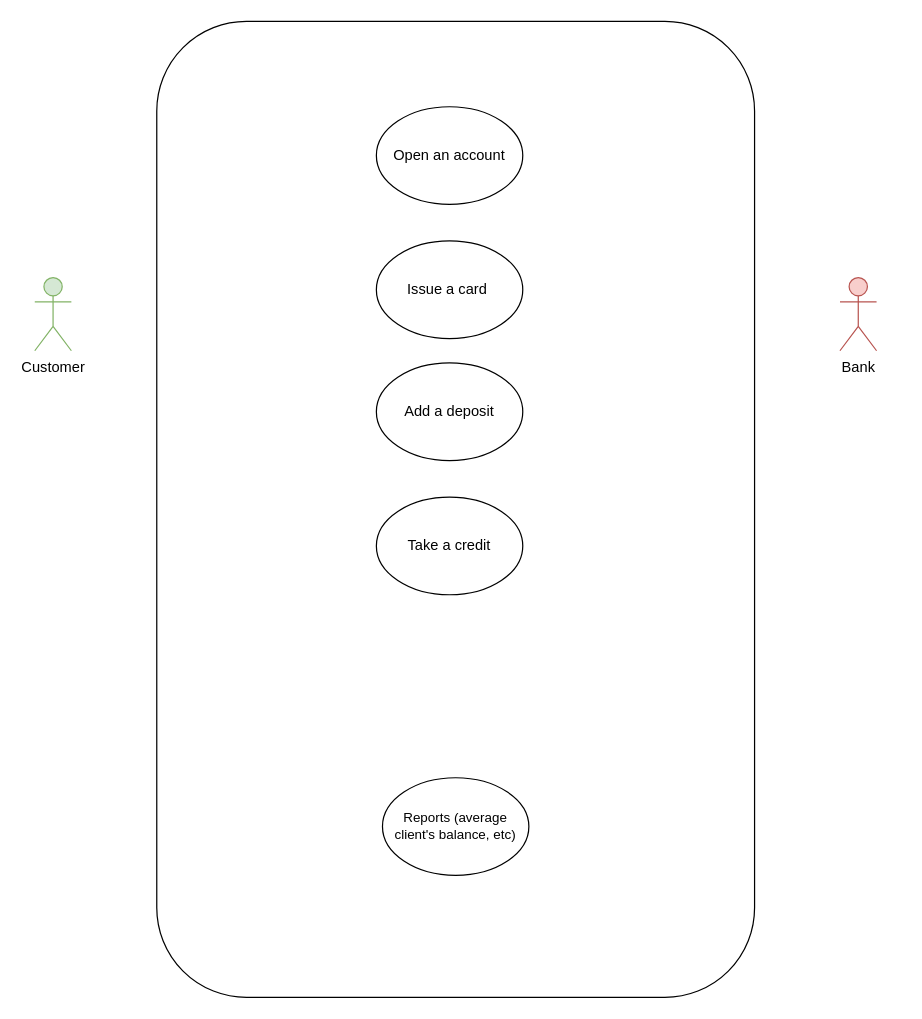
Earlier version of the draw.io diagram page "UCD_idea" (3 of 3) of UML_UCD_idea.drawio (fenyx-it-academy/Class8-Week5-OOP). Source tidied: cells renumbered, new cells numbered last; positions are measured from the earlier drawing's top-left corner, leaving out a move shared by most shapes. Both pictures are drawn from the tidied source at 122%, with x=0, y=0 at pixel (34, 21).
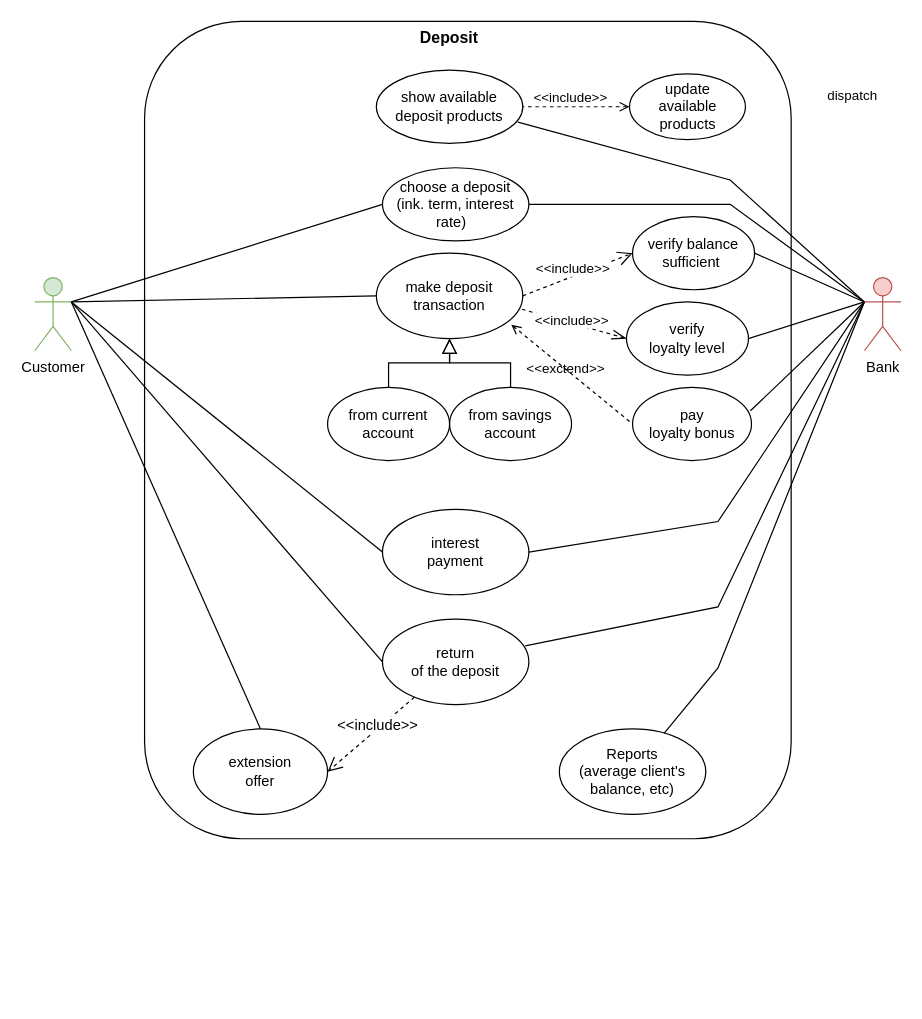
The same page after the edit.

Diff of the diagram source:
```diff
@@
-    <mxCell id="2" style="rounded=1;whiteSpace=wrap;html=1;fillColor=none;" parent="1" vertex="1">
-      <mxGeometry x="100" width="490" height="800" as="geometry" />
-    </mxCell>
+    <mxCell id="10" style="rounded=1;whiteSpace=wrap;html=1;shadow=0;sketch=0;fontFamily=Helvetica;fontSize=11;fontColor=default;fillColor=none;gradientColor=none;" parent="1" vertex="1">
+      <mxGeometry x="90" width="530" height="670" as="geometry" />
+    </mxCell>
@@
+    <mxCell id="11" style="edgeStyle=none;shape=connector;rounded=0;jettySize=auto;html=1;exitX=0;exitY=0.3333333333333333;exitDx=0;exitDy=0;exitPerimeter=0;entryX=1;entryY=0.5;entryDx=0;entryDy=0;labelBackgroundColor=default;strokeColor=default;fontFamily=Helvetica;fontSize=13;fontColor=default;startArrow=none;startFill=0;endArrow=none;endFill=0;endSize=10;" parent="1" edge="1" source="4" target="32">
+      <mxGeometry relative="1" as="geometry" />
+    </mxCell>
+    <mxCell id="12" style="edgeStyle=none;shape=connector;rounded=0;jettySize=auto;html=1;exitX=0;exitY=0.3333333333333333;exitDx=0;exitDy=0;exitPerimeter=0;entryX=1;entryY=0.5;entryDx=0;entryDy=0;labelBackgroundColor=default;strokeColor=default;fontFamily=Helvetica;fontSize=13;fontColor=default;startArrow=none;startFill=0;endArrow=none;endFill=0;endSize=10;" parent="1" edge="1" source="4" target="41">
+      <mxGeometry relative="1" as="geometry" />
+    </mxCell>
+    <mxCell id="13" style="edgeStyle=none;shape=connector;rounded=0;jettySize=auto;html=1;exitX=0;exitY=0.3333333333333333;exitDx=0;exitDy=0;exitPerimeter=0;labelBackgroundColor=default;strokeColor=default;fontFamily=Helvetica;fontSize=13;fontColor=default;startArrow=none;startFill=0;endArrow=none;endFill=0;endSize=10;entryX=0.991;entryY=0.32;entryDx=0;entryDy=0;entryPerimeter=0;" parent="1" edge="1" source="4" target="42">
+      <mxGeometry relative="1" as="geometry" />
+    </mxCell>
+    <mxCell id="14" style="edgeStyle=none;shape=connector;rounded=0;jettySize=auto;html=1;exitX=0;exitY=0.3333333333333333;exitDx=0;exitDy=0;exitPerimeter=0;entryX=1;entryY=0.5;entryDx=0;entryDy=0;labelBackgroundColor=default;strokeColor=default;fontFamily=Helvetica;fontSize=13;fontColor=default;startArrow=none;startFill=0;endArrow=none;endFill=0;endSize=10;" parent="1" edge="1" source="4" target="34">
+      <mxGeometry relative="1" as="geometry">
+        <Array as="points">
+          <mxPoint x="560" y="410" />
+        </Array>
+      </mxGeometry>
+    </mxCell>
+    <mxCell id="15" style="edgeStyle=none;shape=connector;rounded=0;jettySize=auto;html=1;entryX=0.975;entryY=0.314;entryDx=0;entryDy=0;entryPerimeter=0;labelBackgroundColor=default;strokeColor=default;fontFamily=Helvetica;fontSize=13;fontColor=default;startArrow=none;startFill=0;endArrow=none;endFill=0;endSize=10;exitX=0;exitY=0.3333333333333333;exitDx=0;exitDy=0;exitPerimeter=0;" parent="1" edge="1" source="4" target="38">
+      <mxGeometry relative="1" as="geometry">
+        <Array as="points">
+          <mxPoint x="560" y="480" />
+        </Array>
+      </mxGeometry>
+    </mxCell>
+    <mxCell id="16" style="edgeStyle=none;shape=connector;rounded=0;jettySize=auto;html=1;exitX=0;exitY=0.3333333333333333;exitDx=0;exitDy=0;exitPerimeter=0;labelBackgroundColor=default;strokeColor=default;fontFamily=Helvetica;fontSize=13;fontColor=default;startArrow=none;startFill=0;endArrow=none;endFill=0;endSize=10;" parent="1" edge="1" source="4" target="9">
+      <mxGeometry relative="1" as="geometry">
+        <Array as="points">
+          <mxPoint x="560" y="530" />
+        </Array>
+      </mxGeometry>
+    </mxCell>
+    <mxCell id="17" style="edgeStyle=none;shape=connector;rounded=0;jettySize=auto;html=1;exitX=0;exitY=0.3333333333333333;exitDx=0;exitDy=0;exitPerimeter=0;entryX=0.967;entryY=0.711;entryDx=0;entryDy=0;labelBackgroundColor=default;strokeColor=default;fontFamily=Helvetica;fontSize=12;fontColor=default;startArrow=none;startFill=0;endArrow=none;endFill=0;endSize=10;entryPerimeter=0;" parent="1" edge="1" source="4" target="44">
+      <mxGeometry relative="1" as="geometry">
+        <Array as="points">
+          <mxPoint x="570" y="130" />
+        </Array>
+      </mxGeometry>
+    </mxCell>
     <mxCell id="4" value="Bank" style="shape=umlActor;verticalLabelPosition=bottom;verticalAlign=top;html=1;outlineConnect=0;fillColor=#f8cecc;strokeColor=#b85450;" parent="1" vertex="1">
-      <mxGeometry x="660" y="210" width="30" height="60" as="geometry" />
+      <mxGeometry x="680" y="210" width="30" height="60" as="geometry" />
     </mxCell>
-    <mxCell id="5" value="Add a deposit" style="ellipse;whiteSpace=wrap;html=1;fillColor=none;" parent="1" vertex="1">
-      <mxGeometry x="280" y="280" width="120" height="80" as="geometry" />
+    <mxCell id="5" value="from current &lt;br&gt;account" style="ellipse;whiteSpace=wrap;html=1;fillColor=none;" parent="1" vertex="1">
+      <mxGeometry x="240" y="300" width="100" height="60" as="geometry" />
     </mxCell>
-    <mxCell id="6" value="Take a credit" style="ellipse;whiteSpace=wrap;html=1;shadow=0;sketch=0;fillColor=none;gradientColor=none;" parent="1" vertex="1">
-      <mxGeometry x="280" y="390" width="120" height="80" as="geometry" />
-    </mxCell>
+    <mxCell id="18" style="edgeStyle=none;shape=connector;rounded=0;jettySize=auto;html=1;exitX=0;exitY=0.5;exitDx=0;exitDy=0;labelBackgroundColor=default;strokeColor=default;fontFamily=Helvetica;fontSize=11;fontColor=default;endArrow=none;endFill=0;endSize=10;" parent="1" edge="1" source="7">
+      <mxGeometry relative="1" as="geometry">
+        <mxPoint x="30" y="230" as="targetPoint" />
+      </mxGeometry>
+    </mxCell>
+    <mxCell id="19" style="edgeStyle=none;shape=connector;rounded=0;jettySize=auto;html=1;exitX=1;exitY=0.5;exitDx=0;exitDy=0;entryX=0;entryY=0.3333333333333333;entryDx=0;entryDy=0;entryPerimeter=0;labelBackgroundColor=default;strokeColor=default;fontFamily=Helvetica;fontSize=11;fontColor=default;startArrow=none;startFill=0;endArrow=none;endFill=0;endSize=10;" parent="1" edge="1" source="7" target="4">
+      <mxGeometry relative="1" as="geometry">
+        <Array as="points">
+          <mxPoint x="570" y="150" />
+        </Array>
+      </mxGeometry>
+    </mxCell>
-    <mxCell id="7" value="Open an account" style="ellipse;whiteSpace=wrap;html=1;shadow=0;sketch=0;fillColor=none;gradientColor=none;" parent="1" vertex="1">
-      <mxGeometry x="280" y="70" width="120" height="80" as="geometry" />
+    <mxCell id="7" value="choose a deposit &lt;br&gt;(ink. term, interest rate)&amp;nbsp;&amp;nbsp;" style="ellipse;whiteSpace=wrap;html=1;shadow=0;sketch=0;fillColor=none;gradientColor=none;" parent="1" vertex="1">
+      <mxGeometry x="285" y="120" width="120" height="60" as="geometry" />
     </mxCell>
+    <mxCell id="20" style="edgeStyle=none;shape=connector;rounded=0;jettySize=auto;html=1;exitX=1;exitY=0.5;exitDx=0;exitDy=0;entryX=0;entryY=0.5;entryDx=0;entryDy=0;labelBackgroundColor=default;strokeColor=default;fontFamily=Helvetica;fontSize=11;fontColor=default;endArrow=open;endFill=0;endSize=10;dashed=1;" parent="1" edge="1" source="8" target="32">
+      <mxGeometry relative="1" as="geometry" />
+    </mxCell>
+    <mxCell id="21" value="&amp;lt;&amp;lt;include&amp;gt;&amp;gt;" style="edgeLabel;html=1;align=center;verticalAlign=middle;fontSize=11;fontFamily=Helvetica;fontColor=default;" parent="20" vertex="1">
+      <mxGeometry x="-0.32" y="-1" relative="1" as="geometry">
+        <mxPoint x="9" y="-11" as="offset" />
+      </mxGeometry>
+    </mxCell>
+    <mxCell id="22" style="shape=connector;rounded=0;jettySize=auto;html=1;exitX=0;exitY=0.5;exitDx=0;exitDy=0;labelBackgroundColor=default;strokeColor=default;fontFamily=Helvetica;fontSize=11;fontColor=default;endArrow=none;endFill=0;endSize=10;" parent="1" edge="1" source="8">
+      <mxGeometry relative="1" as="geometry">
+        <mxPoint x="30" y="230" as="targetPoint" />
+      </mxGeometry>
+    </mxCell>
+    <mxCell id="23" style="edgeStyle=none;shape=connector;rounded=0;jettySize=auto;html=1;exitX=0.994;exitY=0.657;exitDx=0;exitDy=0;entryX=0;entryY=0.5;entryDx=0;entryDy=0;labelBackgroundColor=default;strokeColor=default;fontFamily=Helvetica;fontSize=12;fontColor=default;endArrow=openThin;endFill=0;endSize=10;dashed=1;exitPerimeter=0;" parent="1" edge="1" source="8" target="41">
+      <mxGeometry relative="1" as="geometry" />
+    </mxCell>
+    <mxCell id="24" value="&amp;lt;&amp;lt;include&amp;gt;&amp;gt;" style="edgeLabel;html=1;align=center;verticalAlign=middle;fontSize=11;fontFamily=Helvetica;fontColor=default;" parent="23" vertex="1">
+      <mxGeometry x="-0.43" y="-2" relative="1" as="geometry">
+        <mxPoint x="17" as="offset" />
+      </mxGeometry>
+    </mxCell>
+    <mxCell id="25" style="edgeStyle=none;shape=connector;rounded=0;jettySize=auto;html=1;entryX=0;entryY=0.5;entryDx=0;entryDy=0;labelBackgroundColor=default;strokeColor=default;fontFamily=Helvetica;fontSize=12;fontColor=default;endArrow=none;endFill=0;endSize=10;startArrow=open;startFill=0;dashed=1;exitX=0.922;exitY=0.838;exitDx=0;exitDy=0;exitPerimeter=0;" parent="1" edge="1" source="8" target="42">
+      <mxGeometry relative="1" as="geometry" />
+    </mxCell>
-    <mxCell id="8" value="Issue a card&amp;nbsp;" style="ellipse;whiteSpace=wrap;html=1;fillColor=none;" parent="1" vertex="1">
-      <mxGeometry x="280" y="180" width="120" height="80" as="geometry" />
+    <mxCell id="8" value="make deposit transaction" style="ellipse;whiteSpace=wrap;html=1;fillColor=none;" parent="1" vertex="1">
+      <mxGeometry x="280" y="190" width="120" height="70" as="geometry" />
     </mxCell>
-    <mxCell id="9" value="Reports (average client's balance, etc)" style="ellipse;whiteSpace=wrap;html=1;shadow=0;sketch=0;fontFamily=Helvetica;fontSize=11;fontColor=default;fillColor=none;gradientColor=none;" parent="1" vertex="1">
-      <mxGeometry x="285" y="620" width="120" height="80" as="geometry" />
+    <mxCell id="9" value="Reports &lt;br style=&quot;font-size: 12px;&quot;&gt;(average client's balance, etc)" style="ellipse;whiteSpace=wrap;html=1;shadow=0;sketch=0;fontFamily=Helvetica;fontSize=12;fontColor=default;fillColor=none;gradientColor=none;" parent="1" vertex="1">
+      <mxGeometry x="430" y="580" width="120" height="70" as="geometry" />
     </mxCell>
+    <mxCell id="26" value="Deposit" style="text;align=center;fontStyle=1;verticalAlign=middle;spacingLeft=3;spacingRight=3;strokeColor=none;fontSize=13;fontFamily=Helvetica;fontColor=default;" parent="1" vertex="1">
+      <mxGeometry x="300" width="80" height="26" as="geometry" />
+    </mxCell>
+    <mxCell id="27" style="edgeStyle=none;shape=connector;rounded=0;jettySize=auto;html=1;exitX=0.5;exitY=0;exitDx=0;exitDy=0;labelBackgroundColor=default;strokeColor=default;fontFamily=Helvetica;fontSize=11;fontColor=default;endArrow=block;endFill=0;endSize=10;" parent="1" edge="1" source="28">
+      <mxGeometry relative="1" as="geometry">
+        <mxPoint x="340" y="260" as="targetPoint" />
+        <Array as="points">
+          <mxPoint x="390" y="280" />
+          <mxPoint x="350" y="280" />
+          <mxPoint x="340" y="280" />
+        </Array>
+      </mxGeometry>
+    </mxCell>
+    <mxCell id="28" value="from savings &lt;br&gt;account" style="ellipse;whiteSpace=wrap;html=1;fillColor=none;" parent="1" vertex="1">
+      <mxGeometry x="340" y="300" width="100" height="60" as="geometry" />
+    </mxCell>
+    <mxCell id="29" style="edgeStyle=none;shape=connector;rounded=0;orthogonalLoop=1;jettySize=auto;html=1;entryX=0.5;entryY=0;entryDx=0;entryDy=0;labelBackgroundColor=default;strokeColor=default;fontFamily=Helvetica;fontSize=11;fontColor=default;endArrow=none;endFill=0;endSize=10;" parent="1" edge="1" source="28" target="28">
+      <mxGeometry relative="1" as="geometry" />
+    </mxCell>
+    <mxCell id="30" value="dispatch" style="html=1;verticalAlign=bottom;endArrow=block;edgeStyle=elbowEdgeStyle;elbow=vertical;curved=0;rounded=0;labelBackgroundColor=default;strokeColor=default;fontFamily=Helvetica;fontSize=11;fontColor=default;endSize=10;shape=connector;exitX=0.5;exitY=0;exitDx=0;exitDy=0;entryX=0.5;entryY=1;entryDx=0;entryDy=0;endFill=0;" parent="1" edge="1" source="5" target="8">
+      <mxGeometry x="1" y="-381" relative="1" as="geometry">
+        <Array as="points">
+          <mxPoint x="400" y="280" />
+        </Array>
+        <mxPoint x="-51" y="-190" as="offset" />
+      </mxGeometry>
+    </mxCell>
+    <mxCell id="31" style="edgeStyle=none;shape=connector;rounded=0;orthogonalLoop=1;jettySize=auto;html=1;entryX=1;entryY=0.5;entryDx=0;entryDy=0;labelBackgroundColor=default;strokeColor=default;fontFamily=Helvetica;fontSize=11;fontColor=default;endArrow=none;endFill=0;endSize=10;" parent="1" edge="1" source="5" target="5">
+      <mxGeometry relative="1" as="geometry" />
+    </mxCell>
+    <mxCell id="32" value="verify balance &lt;br style=&quot;font-size: 12px;&quot;&gt;sufficient&amp;nbsp;" style="ellipse;whiteSpace=wrap;html=1;fillColor=none;shadow=0;sketch=0;fontFamily=Helvetica;fontSize=12;fontColor=default;" parent="1" vertex="1">
+      <mxGeometry x="490" y="160" width="100" height="60" as="geometry" />
+    </mxCell>
+    <mxCell id="33" style="edgeStyle=none;shape=connector;rounded=0;jettySize=auto;html=1;exitX=0;exitY=0.5;exitDx=0;exitDy=0;labelBackgroundColor=default;strokeColor=default;fontFamily=Helvetica;fontSize=11;fontColor=default;endArrow=none;endFill=0;endSize=10;" parent="1" edge="1" source="34">
+      <mxGeometry relative="1" as="geometry">
+        <mxPoint x="30" y="230" as="targetPoint" />
+      </mxGeometry>
+    </mxCell>
+    <mxCell id="34" value="interest &lt;br&gt;payment" style="ellipse;whiteSpace=wrap;html=1;shadow=0;sketch=0;fontFamily=Helvetica;fontSize=12;fontColor=default;fillColor=none;gradientColor=none;" parent="1" vertex="1">
+      <mxGeometry x="285" y="400" width="120" height="70" as="geometry" />
+    </mxCell>
+    <mxCell id="35" style="edgeStyle=none;shape=connector;rounded=0;jettySize=auto;html=1;entryX=1;entryY=0.5;entryDx=0;entryDy=0;labelBackgroundColor=default;strokeColor=default;fontFamily=Helvetica;fontSize=12;fontColor=default;endArrow=open;endFill=0;endSize=10;dashed=1;" parent="1" edge="1" source="38" target="40">
+      <mxGeometry relative="1" as="geometry" />
+    </mxCell>
+    <mxCell id="36" value="&amp;lt;&amp;lt;include&amp;gt;&amp;gt;" style="edgeLabel;html=1;align=center;verticalAlign=middle;fontSize=12;fontFamily=Helvetica;fontColor=default;" parent="35" vertex="1">
+      <mxGeometry x="-0.28" relative="1" as="geometry">
+        <mxPoint x="-5" as="offset" />
+      </mxGeometry>
+    </mxCell>
+    <mxCell id="37" style="edgeStyle=none;shape=connector;rounded=0;jettySize=auto;html=1;exitX=0;exitY=0.5;exitDx=0;exitDy=0;labelBackgroundColor=default;strokeColor=default;fontFamily=Helvetica;fontSize=11;fontColor=default;endArrow=none;endFill=0;endSize=10;" parent="1" edge="1" source="38">
+      <mxGeometry relative="1" as="geometry">
+        <mxPoint x="30" y="230" as="targetPoint" />
+      </mxGeometry>
+    </mxCell>
+    <mxCell id="38" value="return &lt;br&gt;of the deposit" style="ellipse;whiteSpace=wrap;html=1;shadow=0;sketch=0;fontFamily=Helvetica;fontSize=12;fontColor=default;fillColor=none;gradientColor=none;" parent="1" vertex="1">
+      <mxGeometry x="285" y="490" width="120" height="70" as="geometry" />
+    </mxCell>
+    <mxCell id="39" style="edgeStyle=none;shape=connector;rounded=0;jettySize=auto;html=1;exitX=0.5;exitY=0;exitDx=0;exitDy=0;labelBackgroundColor=default;strokeColor=default;fontFamily=Helvetica;fontSize=11;fontColor=default;endArrow=none;endFill=0;endSize=10;" parent="1" edge="1" source="40">
+      <mxGeometry relative="1" as="geometry">
+        <mxPoint x="30" y="230" as="targetPoint" />
+      </mxGeometry>
+    </mxCell>
+    <mxCell id="40" value="extension &lt;br&gt;offer" style="ellipse;whiteSpace=wrap;html=1;shadow=0;sketch=0;fontFamily=Helvetica;fontSize=12;fontColor=default;fillColor=none;gradientColor=none;" parent="1" vertex="1">
+      <mxGeometry x="130" y="580" width="110" height="70" as="geometry" />
+    </mxCell>
+    <mxCell id="41" value="verify &lt;br&gt;loyalty level" style="ellipse;whiteSpace=wrap;html=1;shadow=0;sketch=0;fontFamily=Helvetica;fontSize=12;fontColor=default;fillColor=none;gradientColor=none;" parent="1" vertex="1">
+      <mxGeometry x="485" y="230" width="100" height="60" as="geometry" />
+    </mxCell>
+    <mxCell id="42" value="pay &lt;br&gt;loyalty bonus" style="ellipse;whiteSpace=wrap;html=1;shadow=0;sketch=0;fontFamily=Helvetica;fontSize=12;fontColor=default;fillColor=none;gradientColor=none;" parent="1" vertex="1">
+      <mxGeometry x="490" y="300" width="97.5" height="60" as="geometry" />
+    </mxCell>
+    <mxCell id="43" value="&amp;lt;&amp;lt;exctend&amp;gt;&amp;gt;" style="text;html=1;align=center;verticalAlign=middle;strokeColor=none;fillColor=none;fontSize=11;fontFamily=Helvetica;fontColor=default;" parent="1" vertex="1">
+      <mxGeometry x="390" y="270" width="90" height="30" as="geometry" />
+    </mxCell>
+    <mxCell id="44" value="show available deposit products" style="ellipse;whiteSpace=wrap;html=1;shadow=0;sketch=0;fontFamily=Helvetica;fontSize=12;fontColor=default;fillColor=none;gradientColor=none;" parent="1" vertex="1">
+      <mxGeometry x="280" y="40" width="120" height="60" as="geometry" />
+    </mxCell>
+    <mxCell id="45" style="edgeStyle=none;shape=connector;rounded=0;jettySize=auto;html=1;exitX=0;exitY=0.5;exitDx=0;exitDy=0;entryX=1;entryY=0.5;entryDx=0;entryDy=0;labelBackgroundColor=default;strokeColor=default;fontFamily=Helvetica;fontSize=12;fontColor=default;startArrow=open;startFill=0;endArrow=none;endFill=0;endSize=10;dashed=1;" parent="1" edge="1" source="47" target="44">
+      <mxGeometry relative="1" as="geometry" />
+    </mxCell>
+    <mxCell id="46" value="&amp;lt;&amp;lt;include&amp;gt;&amp;gt;" style="edgeLabel;html=1;align=center;verticalAlign=middle;fontSize=11;fontFamily=Helvetica;fontColor=default;" parent="45" vertex="1">
+      <mxGeometry x="0.34" y="-4" relative="1" as="geometry">
+        <mxPoint x="10" y="-4" as="offset" />
+      </mxGeometry>
+    </mxCell>
+    <mxCell id="47" value="update &lt;br&gt;available&lt;br&gt;products" style="ellipse;whiteSpace=wrap;html=1;shadow=0;sketch=0;fontFamily=Helvetica;fontSize=12;fontColor=default;fillColor=none;gradientColor=none;" parent="1" vertex="1">
+      <mxGeometry x="487.5" y="43" width="95" height="54" as="geometry" />
+    </mxCell>
```
